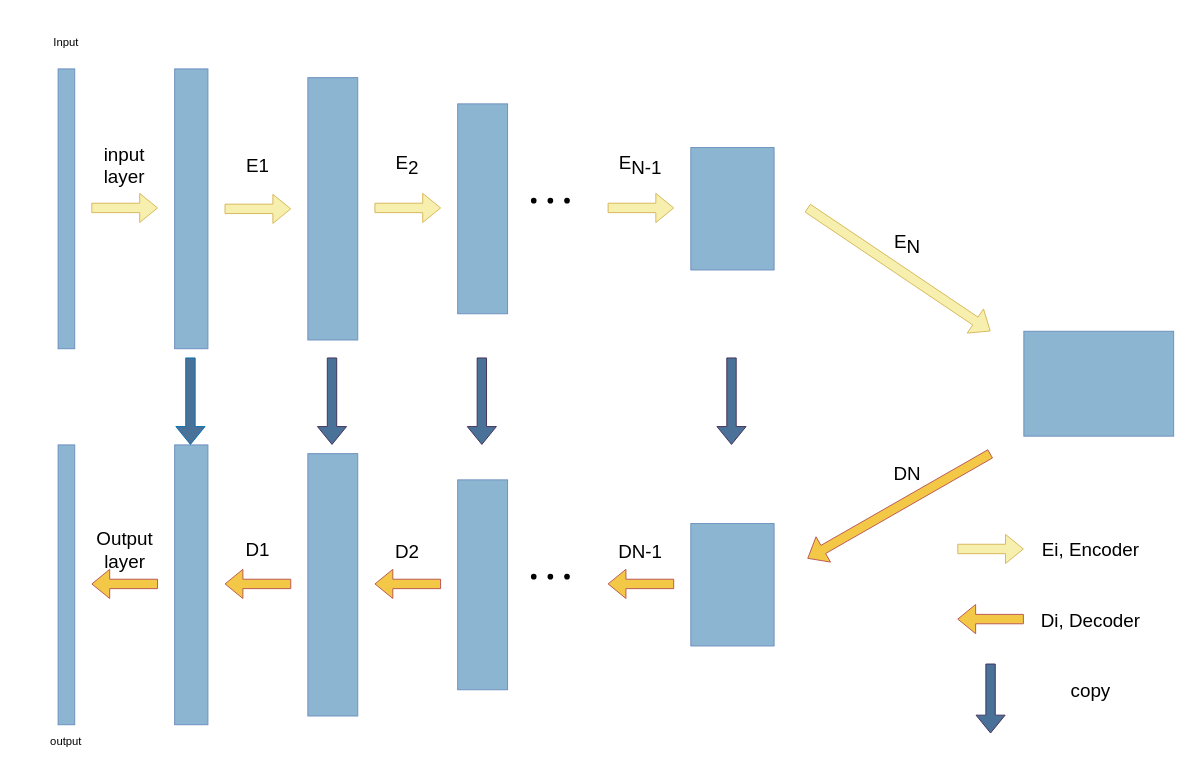
ppposition/Machine_Learn_discussion keeps this draw.io diagram as unet_simple.drawio. Above is the earlier version. Source tidied: cells renumbered, new cells numbered last; positions are measured from the earlier drawing's top-left corner, leaving out a move shared by most shapes. Both pictures are drawn from the tidied source at 94%, with x=0, y=0 at pixel (16, 16).
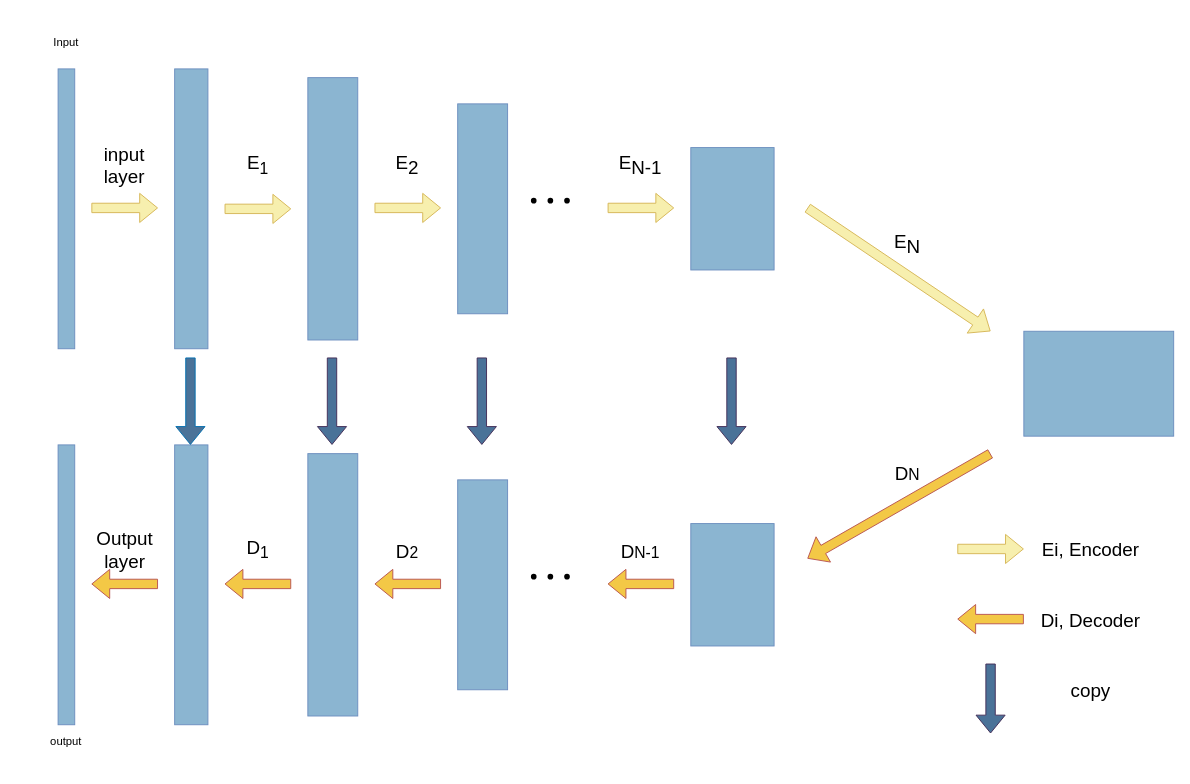
After the change.

The edit, as a diff of the source:
```diff
@@
-    <mxCell id="33" value="E1" style="text;html=1;align=center;verticalAlign=middle;whiteSpace=wrap;rounded=0;fontSize=20;" parent="1" vertex="1">
+    <mxCell id="33" value="E&lt;sub&gt;1&lt;/sub&gt;" style="text;html=1;align=center;verticalAlign=middle;whiteSpace=wrap;rounded=0;fontSize=20;" parent="1" vertex="1">
       <mxGeometry x="203.7" y="130.2" width="106.3" height="55.8" as="geometry" />
     </mxCell>
@@
-    <mxCell id="37" value="&lt;sub style=&quot;font-size: 20px;&quot;&gt;&lt;span style=&quot;font-size: 20px;&quot;&gt;D&lt;/span&gt;N&lt;/sub&gt;" style="text;html=1;align=center;verticalAlign=middle;whiteSpace=wrap;rounded=0;fontSize=20;" parent="1" vertex="1">
+    <mxCell id="37" value="&lt;span style=&quot;font-size: 20px;&quot;&gt;&lt;span style=&quot;vertical-align: sub; font-size: 20px;&quot;&gt;D&lt;/span&gt;&lt;sub&gt;N&lt;/sub&gt;&lt;/span&gt;" style="text;html=1;align=center;verticalAlign=middle;whiteSpace=wrap;rounded=0;fontSize=20;" parent="1" vertex="1">
       <mxGeometry x="894.6" y="455.8" width="106.3" height="55.8" as="geometry" />
     </mxCell>
-    <mxCell id="38" value="&lt;sub style=&quot;font-size: 20px;&quot;&gt;&lt;span style=&quot;font-size: 20px;&quot;&gt;D&lt;/span&gt;N-1&lt;/sub&gt;" style="text;html=1;align=center;verticalAlign=middle;whiteSpace=wrap;rounded=0;fontSize=20;" parent="1" vertex="1">
+    <mxCell id="38" value="&lt;span style=&quot;font-size: 20px;&quot;&gt;&lt;span style=&quot;vertical-align: sub; font-size: 20px;&quot;&gt;D&lt;/span&gt;&lt;sub&gt;N-1&lt;/sub&gt;&lt;/span&gt;" style="text;html=1;align=center;verticalAlign=middle;whiteSpace=wrap;rounded=0;fontSize=20;" parent="1" vertex="1">
       <mxGeometry x="611.1" y="539.5" width="106.3" height="55.8" as="geometry" />
     </mxCell>
-    <mxCell id="39" value="&lt;sub style=&quot;font-size: 20px;&quot;&gt;&lt;span style=&quot;font-size: 20px;&quot;&gt;D&lt;/span&gt;2&lt;/sub&gt;" style="text;html=1;align=center;verticalAlign=middle;whiteSpace=wrap;rounded=0;fontSize=20;" parent="1" vertex="1">
+    <mxCell id="39" value="&lt;span style=&quot;font-size: 20px;&quot;&gt;&lt;span style=&quot;vertical-align: sub; font-size: 20px;&quot;&gt;D&lt;/span&gt;&lt;sub&gt;2&lt;/sub&gt;&lt;/span&gt;" style="text;html=1;align=center;verticalAlign=middle;whiteSpace=wrap;rounded=0;fontSize=20;" parent="1" vertex="1">
       <mxGeometry x="363.1" y="539.5" width="106.3" height="55.8" as="geometry" />
     </mxCell>
-    <mxCell id="40" value="&lt;font style=&quot;font-size: 20px;&quot;&gt;D1&lt;/font&gt;" style="text;html=1;align=center;verticalAlign=middle;whiteSpace=wrap;rounded=0;" parent="1" vertex="1">
+    <mxCell id="40" value="&lt;font style=&quot;font-size: 20px;&quot;&gt;D&lt;sub&gt;1&lt;/sub&gt;&lt;/font&gt;" style="text;html=1;align=center;verticalAlign=middle;whiteSpace=wrap;rounded=0;" parent="1" vertex="1">
       <mxGeometry x="203.7" y="539.5" width="106.3" height="55.8" as="geometry" />
     </mxCell>
```
